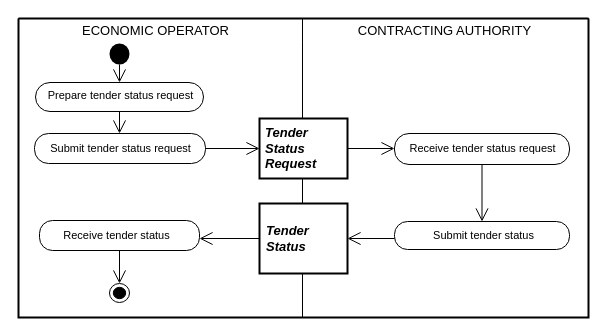
Earlier version of the draw.io diagram diagrams/UBL-2.2-Tender-Status/UBL-2.2-Tender-Status.drawio (kduvekot/ubl-work-on-svg-images). Source tidied: cells renumbered, new cells numbered last; positions are measured from the earlier drawing's top-left corner, leaving out a move shared by most shapes. Both pictures are drawn from the tidied source at 100%, with x=0, y=0 at pixel (18, 18).
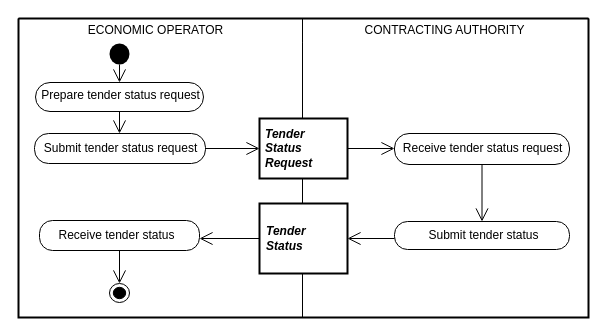
The same diagram, later.

Unchanged cells that the change refers to:
```xml
<mxCell id="2" style="swimlane;html=1;startSize=0;whiteSpace=wrap;fillColor=none;strokeWidth=2;" parent="1" vertex="1">
  <mxGeometry width="570" height="299" as="geometry" />
</mxCell>
```

Diff of the diagram source:
```diff
@@
-    <mxCell id="3" value="ECONOMIC OPERATOR" style="swimlane;horizontal=1;startSize=24;swimlaneLine=0;html=1;fillColor=none;fontSize=13;fontStyle=0;spacing=0;spacingRight=11;" parent="2" vertex="1">
+    <mxCell id="3" value="ECONOMIC OPERATOR" style="swimlane;horizontal=1;startSize=24;swimlaneLine=0;html=1;fillColor=none;fontStyle=0;spacing=0;spacingRight=11;" parent="2" vertex="1">
       <mxGeometry width="284" height="299" as="geometry" />
     </mxCell>
-    <mxCell id="4" value="CONTRACTING AUTHORITY" style="swimlane;horizontal=1;startSize=24;swimlaneLine=0;html=1;fillColor=none;fontSize=13;fontStyle=0;spacing=0;spacingRight=3;" parent="2" vertex="1">
+    <mxCell id="4" value="CONTRACTING AUTHORITY" style="swimlane;horizontal=1;startSize=24;swimlaneLine=0;html=1;fillColor=none;fontStyle=0;spacing=0;spacingRight=3;" parent="2" vertex="1">
       <mxGeometry x="284" width="286" height="299" as="geometry" />
     </mxCell>
@@
-    <mxCell id="6" value="Prepare tender status request" style="rounded=1;absoluteArcSize=1;arcSize=29;html=1;whiteSpace=nowrap;fontSize=11;fontStyle=0;align=center;verticalAlign=middle;spacing=0;spacingLeft=1;spacingBottom=3;" parent="3" vertex="1">
+    <mxCell id="6" value="Prepare tender status request" style="rounded=1;absoluteArcSize=1;arcSize=29;html=1;whiteSpace=nowrap;fontStyle=0;align=center;verticalAlign=middle;spacing=0;spacingLeft=1;spacingBottom=3;" parent="3" vertex="1">
       <mxGeometry x="17" y="64" width="168" height="29" as="geometry" />
     </mxCell>
-    <mxCell id="7" value="Tender&lt;br&gt;Status&lt;br&gt;Request" style="rounded=0;html=1;whiteSpace=nowrap;fontSize=13;fontStyle=3;align=left;verticalAlign=middle;spacing=0;spacingLeft=6;spacingBottom=1;strokeWidth=2;" parent="4" vertex="1">
+    <mxCell id="7" value="Tender&lt;br&gt;Status&lt;br&gt;Request" style="rounded=0;html=1;whiteSpace=nowrap;fontStyle=3;align=left;verticalAlign=middle;spacing=0;spacingLeft=6;spacingBottom=1;strokeWidth=2;" parent="4" vertex="1">
       <mxGeometry x="-43" y="100" width="88" height="60" as="geometry" />
     </mxCell>
-    <mxCell id="8" value="Submit tender status request" style="rounded=1;absoluteArcSize=1;arcSize=28;html=1;whiteSpace=nowrap;fontSize=11;fontStyle=0;align=center;verticalAlign=middle;spacing=0;spacingBottom=1;" parent="3" vertex="1">
+    <mxCell id="8" value="Submit tender status request" style="rounded=1;absoluteArcSize=1;arcSize=28;html=1;whiteSpace=nowrap;fontStyle=0;align=center;verticalAlign=middle;spacing=0;spacingBottom=1;" parent="3" vertex="1">
       <mxGeometry x="16" y="115" width="171" height="30" as="geometry" />
     </mxCell>
-    <mxCell id="9" value="Receive tender status request" style="rounded=1;absoluteArcSize=1;arcSize=29;html=1;whiteSpace=nowrap;fontSize=11;fontStyle=0;align=center;verticalAlign=middle;spacing=0;spacingBottom=1;" parent="4" vertex="1">
+    <mxCell id="9" value="Receive tender status request" style="rounded=1;absoluteArcSize=1;arcSize=29;html=1;whiteSpace=nowrap;fontStyle=0;align=center;verticalAlign=middle;spacing=0;spacingBottom=1;" parent="4" vertex="1">
       <mxGeometry x="92" y="115" width="175" height="31" as="geometry" />
     </mxCell>
-    <mxCell id="10" value="Tender&lt;br&gt;Status" style="rounded=0;html=1;whiteSpace=nowrap;fontSize=13;fontStyle=3;align=left;verticalAlign=middle;spacing=0;spacingLeft=7;spacingBottom=1;strokeWidth=2;" parent="4" vertex="1">
+    <mxCell id="10" value="Tender&lt;br&gt;Status" style="rounded=0;html=1;whiteSpace=nowrap;fontStyle=3;align=left;verticalAlign=middle;spacing=0;spacingLeft=7;spacingBottom=1;strokeWidth=2;" parent="4" vertex="1">
       <mxGeometry x="-43" y="185" width="88" height="70" as="geometry" />
     </mxCell>
-    <mxCell id="11" value="Receive tender status" style="rounded=1;absoluteArcSize=1;arcSize=26;html=1;whiteSpace=nowrap;fontSize=11;fontStyle=0;align=center;verticalAlign=middle;spacing=0;spacingRight=6;spacingBottom=1;" parent="3" vertex="1">
+    <mxCell id="11" value="Receive tender status" style="rounded=1;absoluteArcSize=1;arcSize=26;html=1;whiteSpace=nowrap;fontStyle=0;align=center;verticalAlign=middle;spacing=0;spacingRight=6;spacingBottom=1;" parent="3" vertex="1">
       <mxGeometry x="21" y="202" width="160" height="30" as="geometry" />
     </mxCell>
-    <mxCell id="12" value="Submit tender status" style="rounded=1;absoluteArcSize=1;arcSize=26;html=1;whiteSpace=nowrap;fontSize=11;fontStyle=0;align=center;verticalAlign=middle;spacing=0;spacingLeft=2;spacingBottom=1;" parent="4" vertex="1">
+    <mxCell id="12" value="Submit tender status" style="rounded=1;absoluteArcSize=1;arcSize=26;html=1;whiteSpace=nowrap;fontStyle=0;align=center;verticalAlign=middle;spacing=0;spacingLeft=2;spacingBottom=1;" parent="4" vertex="1">
       <mxGeometry x="92" y="203" width="175" height="28" as="geometry" />
     </mxCell>
```
